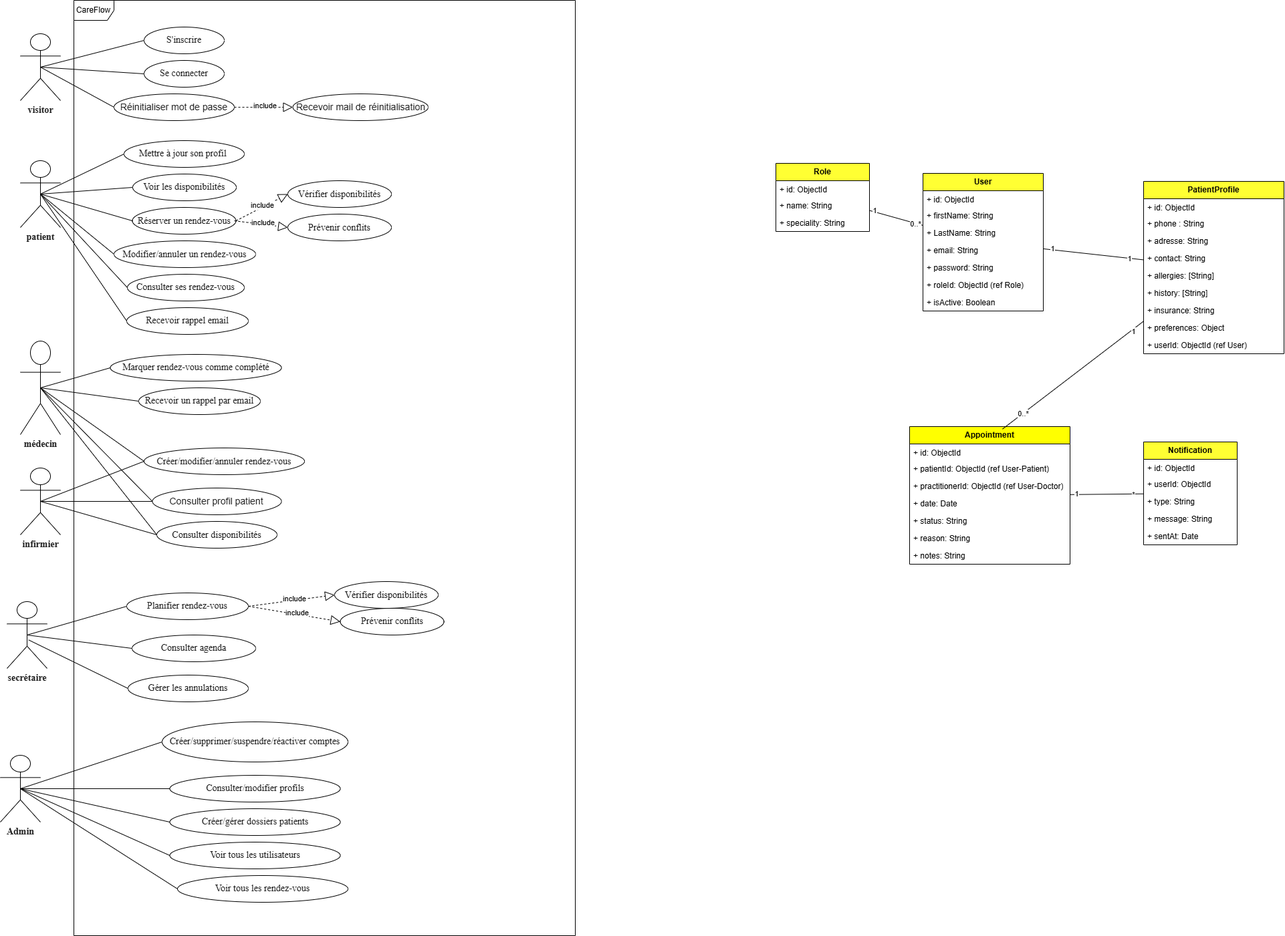
Earlier version of the draw.io export conception/UML.drawio.png (Keltoummalouki/careflow-ehr-backend). Source tidied: cells renumbered, new cells last; positions are measured from the earlier drawing's top-left corner, leaving out a move shared by most shapes.
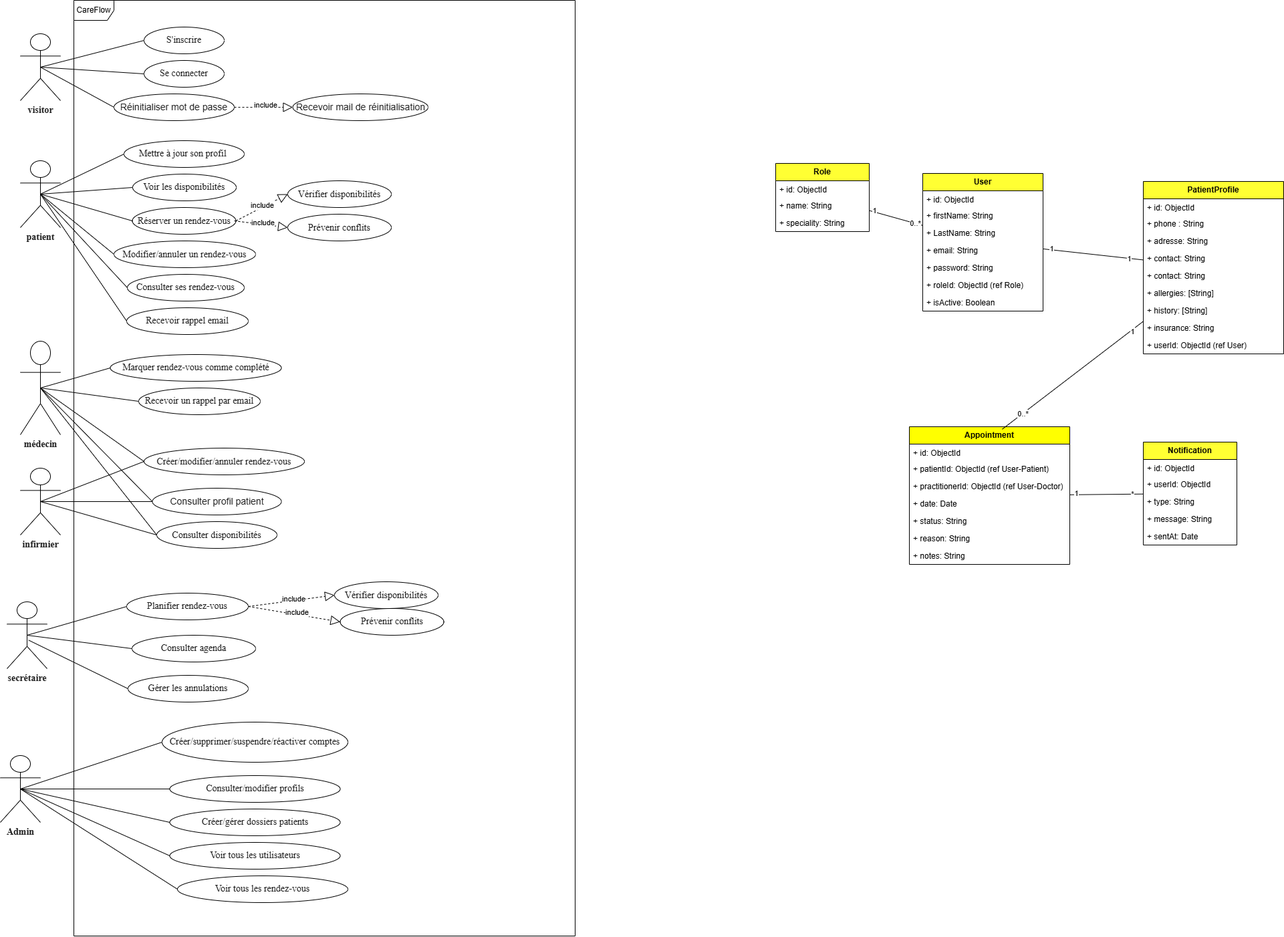
After the commit.

Diff of the diagram source:
```diff
@@ -250,18 +250,18 @@
     <mxCell id="83" value="+ contact: String" style="text;strokeColor=none;fillColor=none;align=left;verticalAlign=top;spacingLeft=4;spacingRight=4;overflow=hidden;whiteSpace=wrap;html=1;" parent="79" vertex="1">
       <mxGeometry y="102" width="210" height="26" as="geometry" />
     </mxCell>
+    <mxCell id="119" value="+ contact: String" style="text;strokeColor=none;fillColor=none;align=left;verticalAlign=top;spacingLeft=4;spacingRight=4;overflow=hidden;whiteSpace=wrap;html=1;" parent="79" vertex="1">
+      <mxGeometry y="128" width="210" height="26" as="geometry" />
+    </mxCell>
     <mxCell id="84" value="+ allergies: [String]" style="text;strokeColor=none;fillColor=none;align=left;verticalAlign=top;spacingLeft=4;spacingRight=4;overflow=hidden;whiteSpace=wrap;html=1;" parent="79" vertex="1">
-      <mxGeometry y="128" width="210" height="26" as="geometry" />
+      <mxGeometry y="154" width="210" height="26" as="geometry" />
     </mxCell>
     <mxCell id="85" value="+ history: [String]" style="text;strokeColor=none;fillColor=none;align=left;verticalAlign=top;spacingLeft=4;spacingRight=4;overflow=hidden;whiteSpace=wrap;html=1;" parent="79" vertex="1">
-      <mxGeometry y="154" width="210" height="26" as="geometry" />
+      <mxGeometry y="180" width="210" height="26" as="geometry" />
     </mxCell>
     <mxCell id="86" value="+ insurance: String" style="text;strokeColor=none;fillColor=none;align=left;verticalAlign=top;spacingLeft=4;spacingRight=4;overflow=hidden;whiteSpace=wrap;html=1;" parent="79" vertex="1">
-      <mxGeometry y="180" width="210" height="26" as="geometry" />
+      <mxGeometry y="206" width="210" height="26" as="geometry" />
     </mxCell>
-    <mxCell id="87" value="+ preferences: Object" style="text;strokeColor=none;fillColor=none;align=left;verticalAlign=top;spacingLeft=4;spacingRight=4;overflow=hidden;whiteSpace=wrap;html=1;" parent="79" vertex="1">
-      <mxGeometry y="206" width="210" height="26" as="geometry" />
-    </mxCell>
     <mxCell id="88" value="+ userId: ObjectId&amp;nbsp;(ref User)" style="text;strokeColor=none;fillColor=none;align=left;verticalAlign=top;spacingLeft=4;spacingRight=4;overflow=hidden;whiteSpace=wrap;html=1;" parent="79" vertex="1">
       <mxGeometry y="232" width="210" height="26" as="geometry" />
     </mxCell>
```
